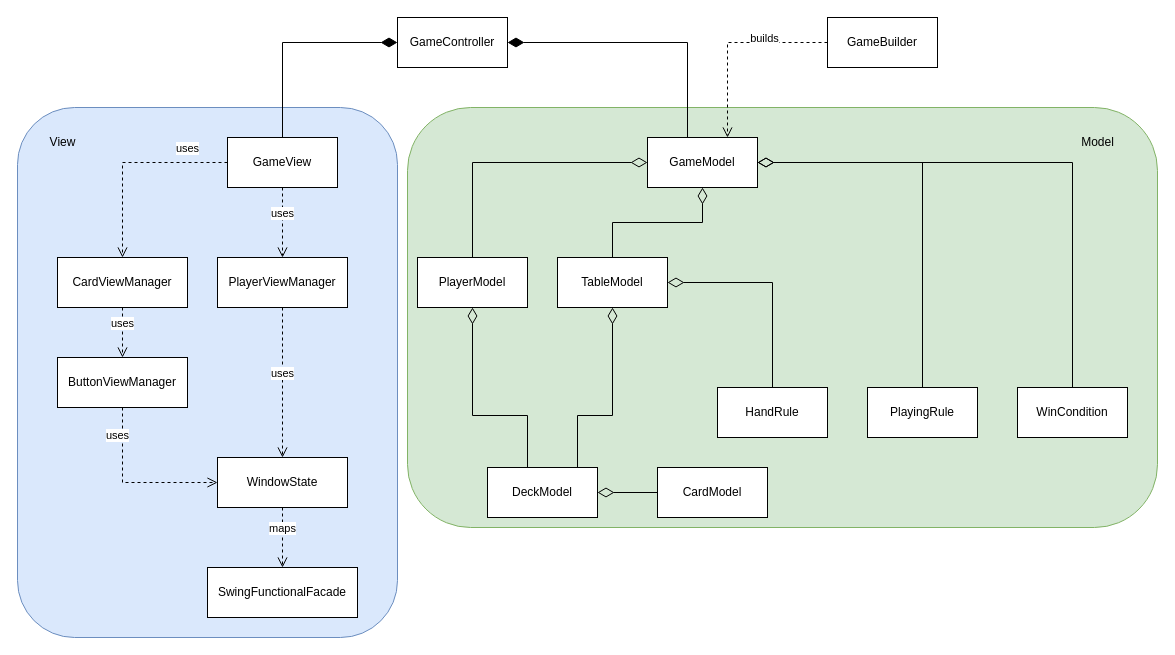
The draw.io diagram page "engine" (2 of 4) of docs/uml/ad_uml.drawio in Oldranda1414/PPS-23-CGE, before the edit. Source tidied: cells renumbered, new cells numbered last; positions are measured from the earlier drawing's top-left corner, leaving out a move shared by most shapes. Both pictures are drawn from the tidied source at 100%, with x=0, y=0 at pixel (17, 17).
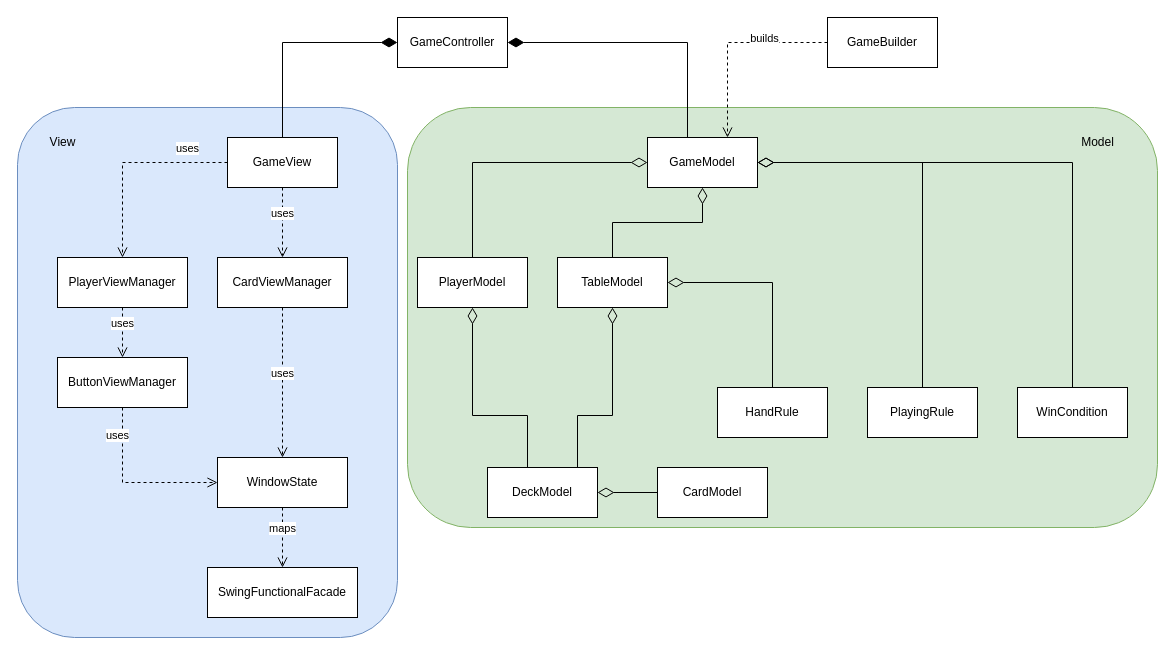
The same page after the edit.

Diff of the diagram source:
```diff
@@
-    <mxCell id="25" value="CardViewManager" style="html=1;whiteSpace=wrap;" parent="1" vertex="1">
+    <mxCell id="25" value="PlayerViewManager" style="html=1;whiteSpace=wrap;" parent="1" vertex="1">
       <mxGeometry x="40" y="240" width="130" height="50" as="geometry" />
     </mxCell>
-    <mxCell id="26" value="PlayerViewManager" style="html=1;whiteSpace=wrap;" parent="1" vertex="1">
+    <mxCell id="26" value="CardViewManager" style="html=1;whiteSpace=wrap;" parent="1" vertex="1">
       <mxGeometry x="200" y="240" width="130" height="50" as="geometry" />
     </mxCell>
```
